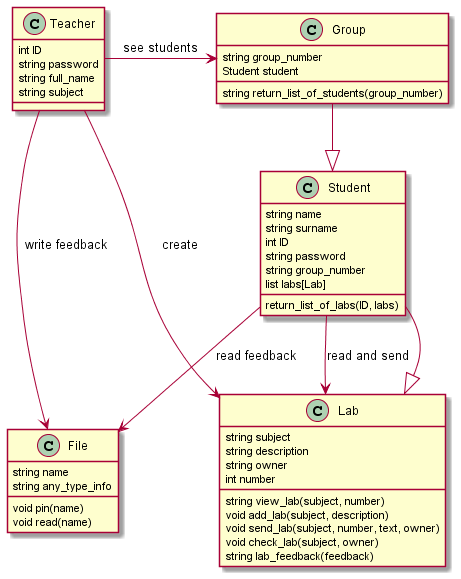
mishaganin/itmo-labs keeps this PlantUML diagram as wow.png. Above is the earlier version.
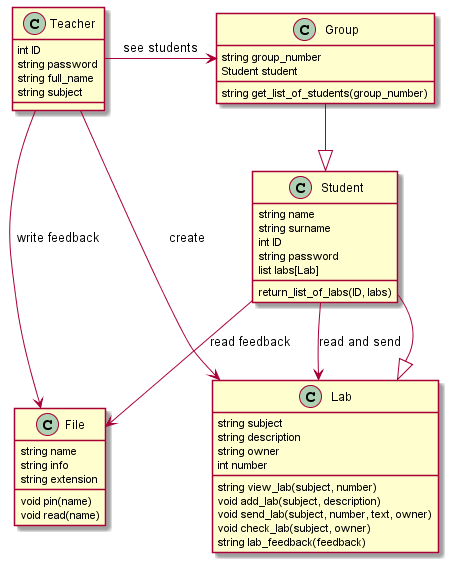
Later version of the same file.

What changed in the source:
```diff
@@ -5,7 +5,6 @@
     string surname
     int ID
     string password
-    string group_number
     list labs[Lab]
 
     return_list_of_labs(ID, labs)
@@ -23,7 +22,7 @@
     string group_number
     Student student
 
-    string return_list_of_students(group_number)
+    string get_list_of_students(group_number)
 }
 
 class Lab {
@@ -41,7 +40,8 @@
 
 class File {
     string name
-    string any_type_info
+    string info
+    string extension
     void pin(name)
     void read(name)
 }
```
